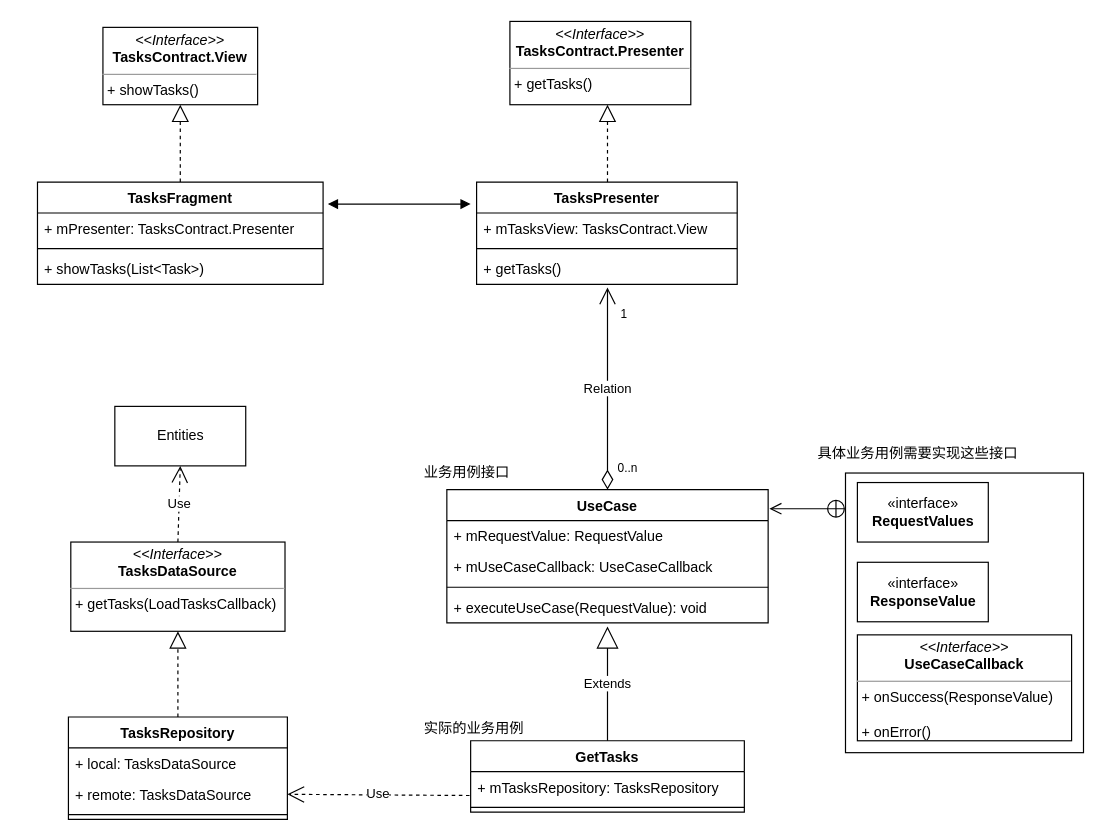
The draw.io diagram Mvp-Clean.drawio in HaoFeiWang/UML, before the edit. Source tidied: cells renumbered, new cells numbered last; positions are measured from the earlier drawing's top-left corner, leaving out a move shared by most shapes. Both pictures are drawn from the tidied source at 119%, with x=0, y=0 at pixel (37, 20).
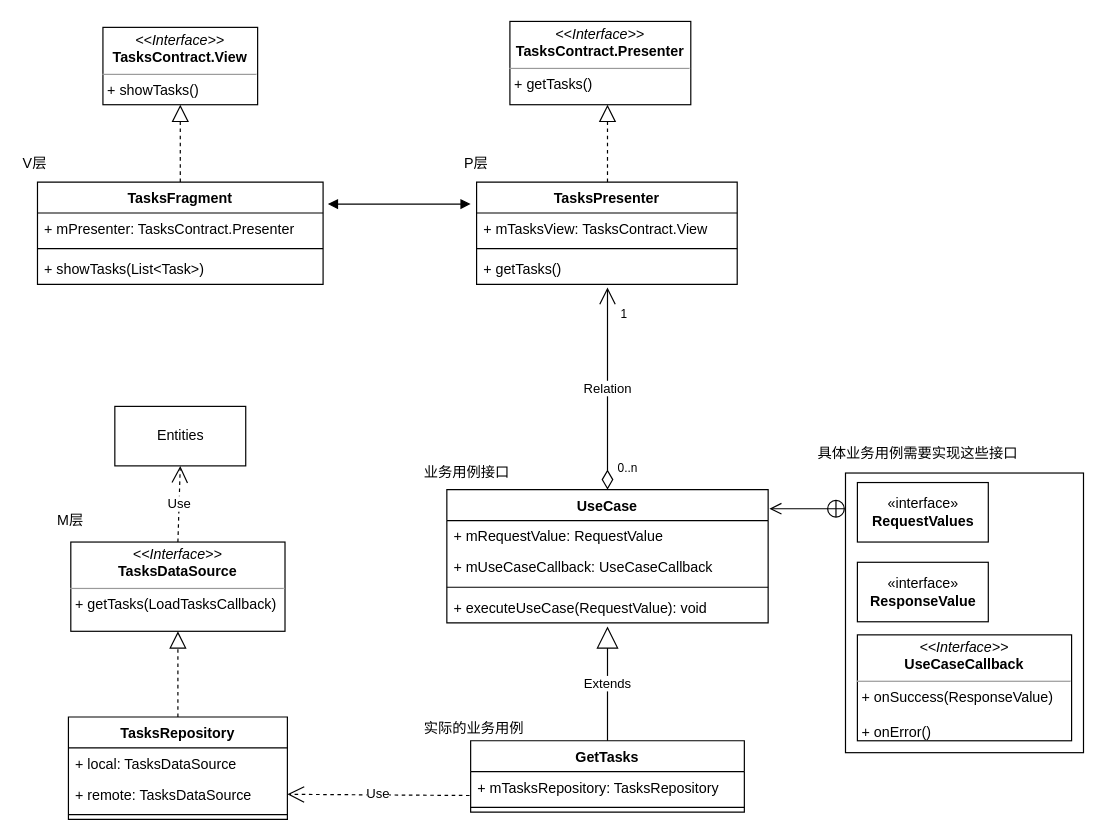
The same diagram, later.

The edit, as a diff of the source:
```diff
@@
+    <mxCell id="44" value="V层" style="text;html=1;align=left;verticalAlign=top;spacingTop=-4;" parent="1" vertex="1">
+      <mxGeometry x="-14" y="110" width="40" height="20" as="geometry" />
+    </mxCell>
+    <mxCell id="45" value="P层" style="text;html=1;align=left;verticalAlign=top;spacingTop=-4;" parent="1" vertex="1">
+      <mxGeometry x="357" y="110" width="40" height="20" as="geometry" />
+    </mxCell>
+    <mxCell id="46" value="M层" style="text;html=1;align=left;verticalAlign=top;spacingTop=-4;" parent="1" vertex="1">
+      <mxGeometry x="15" y="410" width="40" height="20" as="geometry" />
+    </mxCell>
```
